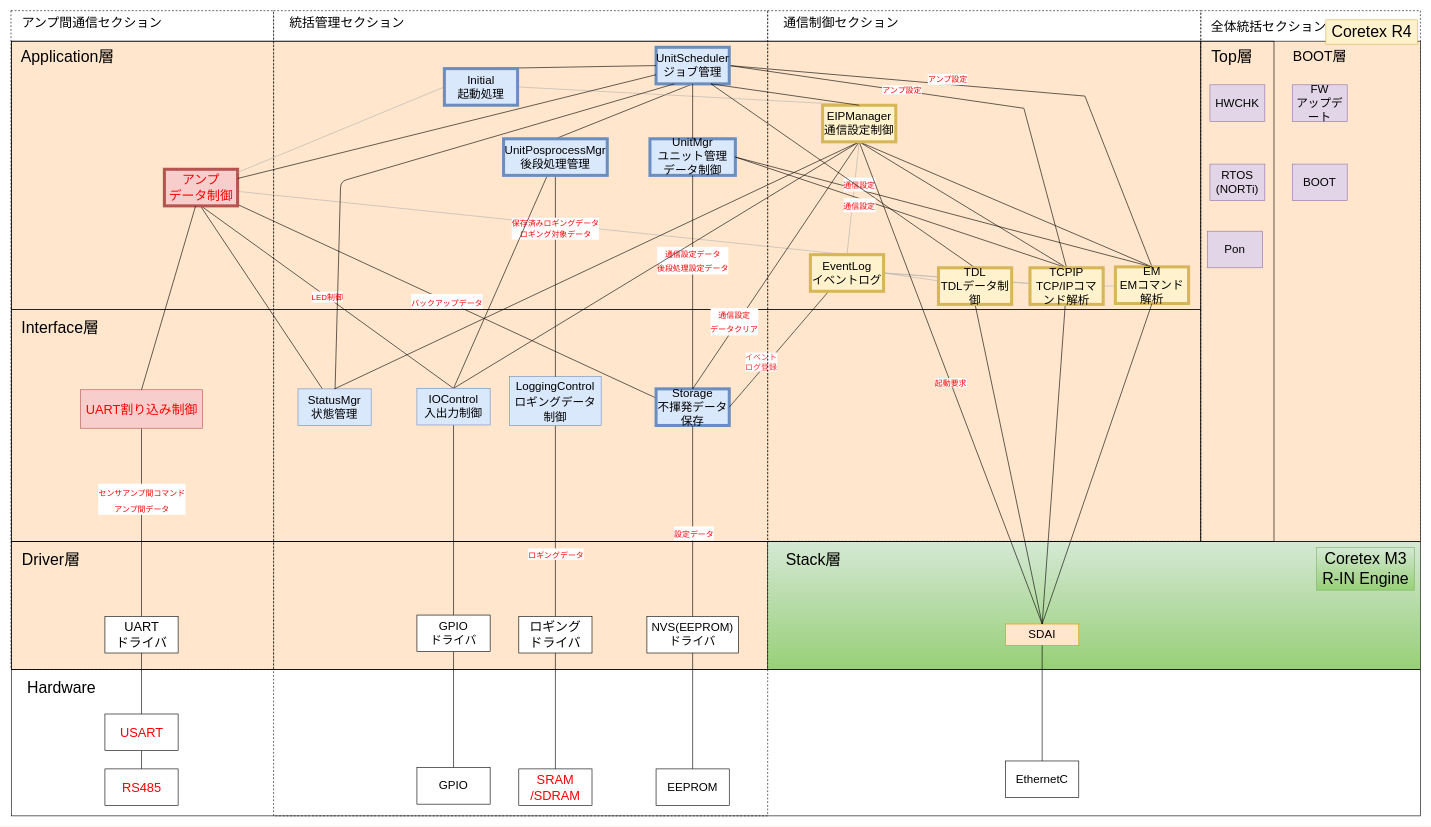
This is page "RevG_NewスマNWU静的構造_完全版" (1 of 4) of NWユニット_アーキテクチャ図.drawio from YutaSuzukiGARI/nwunit, a draw.io file, before an edit. Source tidied: cells renumbered, new cells numbered last; positions are measured from the earlier drawing's top-left corner, leaving out a move shared by most shapes. Both pictures are drawn from the tidied source at 61%, with x=0, y=0 at pixel (11, 10).
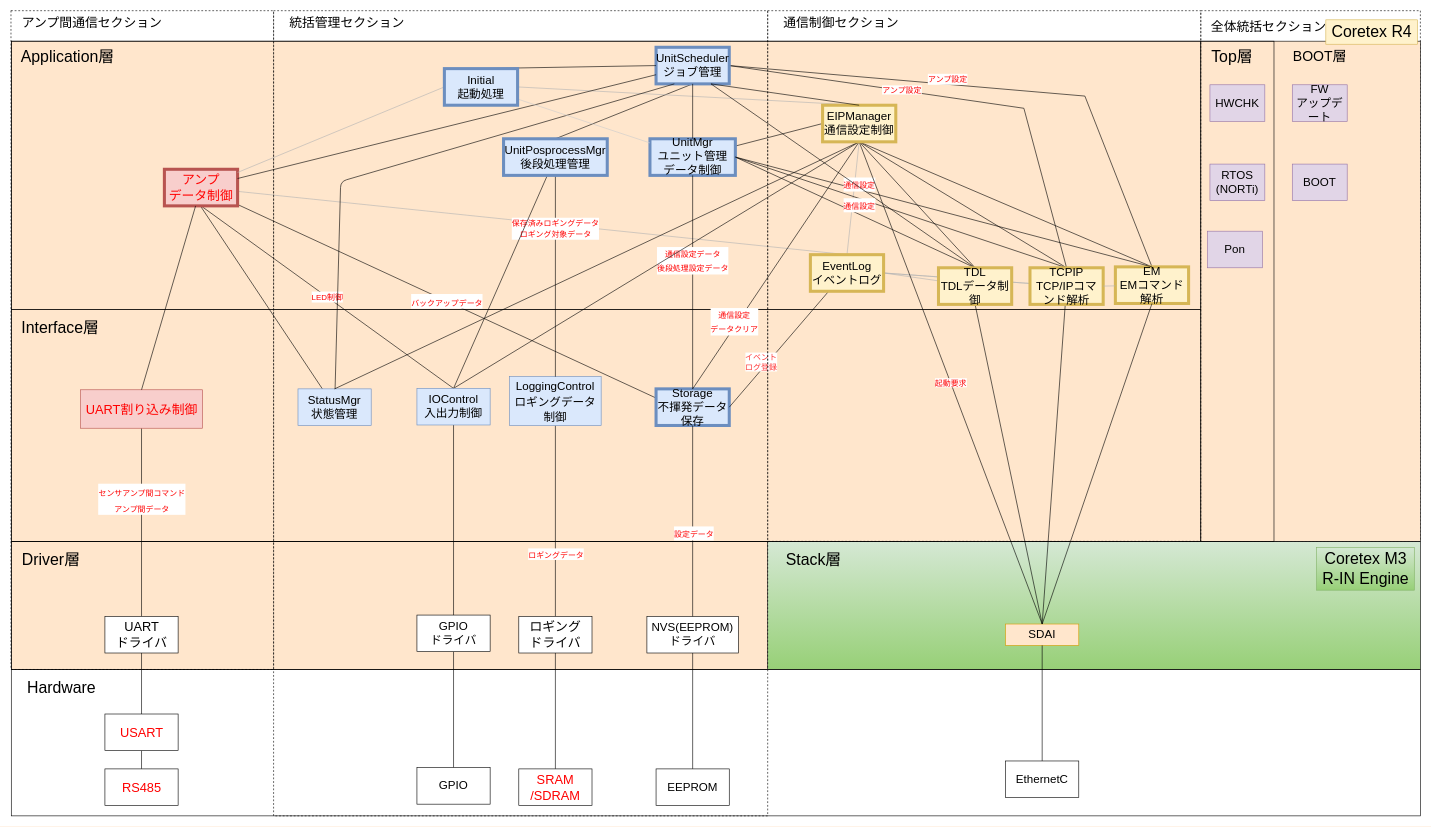
The same page after the edit.

The change refers to these unchanged cells:
```xml
<mxCell id="19" value="UnitMgr&lt;br style=&quot;font-size: 19px&quot;&gt;ユニット管理&lt;br&gt;データ制御" style="rounded=0;whiteSpace=wrap;html=1;fillColor=#dae8fc;strokeColor=#6c8ebf;fontSize=19;strokeWidth=5;fontColor=default;" parent="1" vertex="1">
  <mxGeometry x="1047" y="210" width="140" height="60" as="geometry" />
</mxCell>
<mxCell id="88" value="Initial&lt;br style=&quot;font-size: 19px;&quot;&gt;起動処理" style="rounded=0;whiteSpace=wrap;html=1;fillColor=#dae8fc;strokeColor=#6c8ebf;fontSize=19;strokeWidth=5;" parent="1" vertex="1">
  <mxGeometry x="710" y="95" width="120" height="60" as="geometry" />
</mxCell>
<mxCell id="96" value="EIPManager&lt;br style=&quot;font-size: 19px;&quot;&gt;通信設定制御" style="rounded=0;whiteSpace=wrap;html=1;fillColor=#fff2cc;strokeColor=#d6b656;fontSize=19;strokeWidth=5;fontColor=default;" parent="1" vertex="1">
  <mxGeometry x="1330" y="155" width="120" height="60" as="geometry" />
</mxCell>
<mxCell id="98" value="TDL&lt;br style=&quot;font-size: 19px;&quot;&gt;TDLデータ制御" style="rounded=0;whiteSpace=wrap;html=1;fillColor=#fff2cc;strokeColor=#d6b656;fontSize=19;strokeWidth=5;fontColor=default;" parent="1" vertex="1">
  <mxGeometry x="1520" y="421.5" width="120" height="60" as="geometry" />
</mxCell>
```

What changed in the source:
```diff
@@
+    <mxCell id="110" style="edgeStyle=none;rounded=0;jettySize=auto;html=1;entryX=0.5;entryY=0;entryDx=0;entryDy=0;endArrow=none;endFill=0;exitX=1;exitY=0.5;exitDx=0;exitDy=0;" parent="1" edge="1" source="19" target="98">
+      <mxGeometry relative="1" as="geometry" />
+    </mxCell>
+    <mxCell id="111" style="edgeStyle=none;rounded=0;jettySize=auto;html=1;entryX=0;entryY=0.5;entryDx=0;entryDy=0;endArrow=none;endFill=0;" parent="1" edge="1" source="19" target="96">
+      <mxGeometry relative="1" as="geometry" />
+    </mxCell>
@@
+    <mxCell id="112" style="edgeStyle=none;rounded=0;jettySize=auto;html=1;endArrow=none;endFill=0;strokeColor=#CCCCCC;" parent="1" edge="1" source="88" target="19">
+      <mxGeometry relative="1" as="geometry" />
+    </mxCell>
@@
+    <mxCell id="113" style="edgeStyle=none;rounded=0;jettySize=auto;html=1;entryX=0.5;entryY=0;entryDx=0;entryDy=0;endArrow=none;endFill=0;exitX=0.5;exitY=1;exitDx=0;exitDy=0;" parent="1" edge="1" source="96" target="98">
+      <mxGeometry relative="1" as="geometry" />
+    </mxCell>
```
